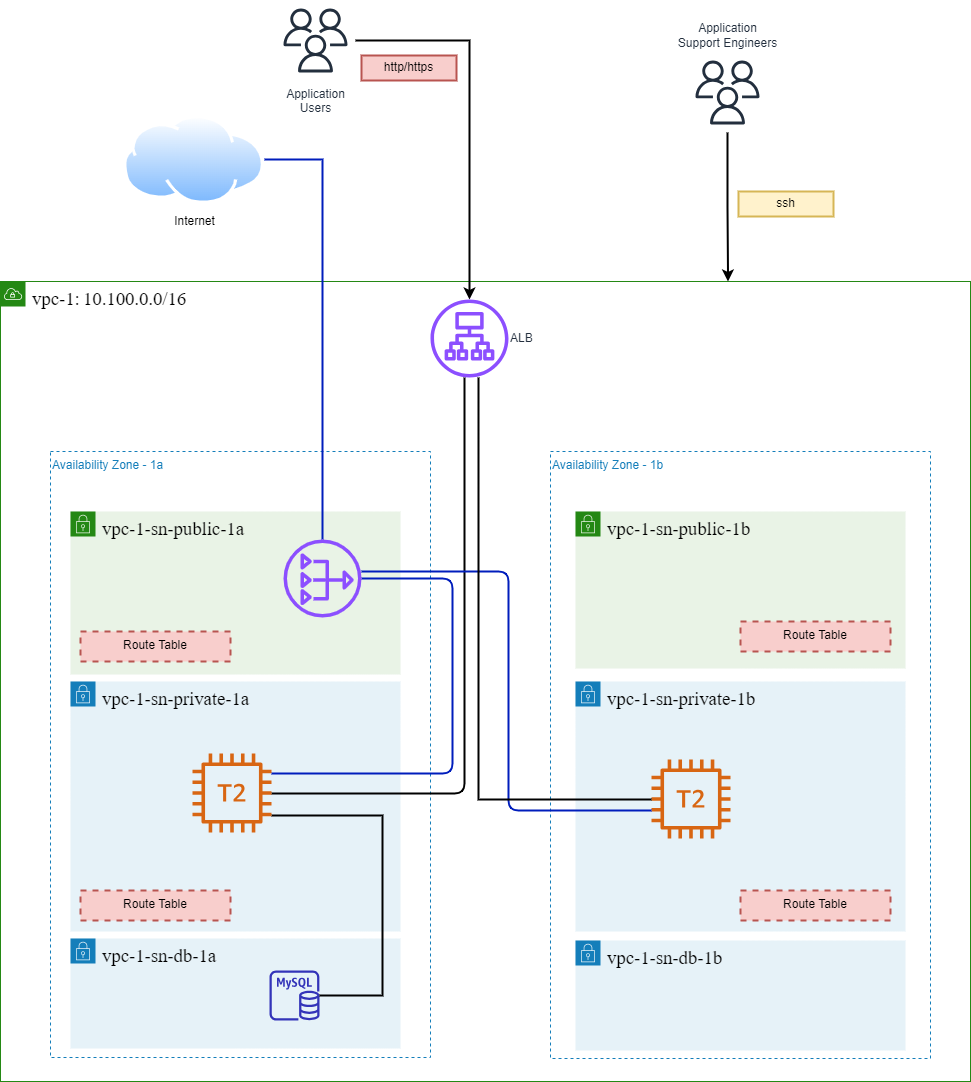
Earlier version of the draw.io export images/aws-lab-solution_part_1.png (lalindrait/implementing-solutions-aws). Source tidied: cells renumbered, new cells last; positions are measured from the earlier drawing's top-left corner, leaving out a move shared by most shapes.
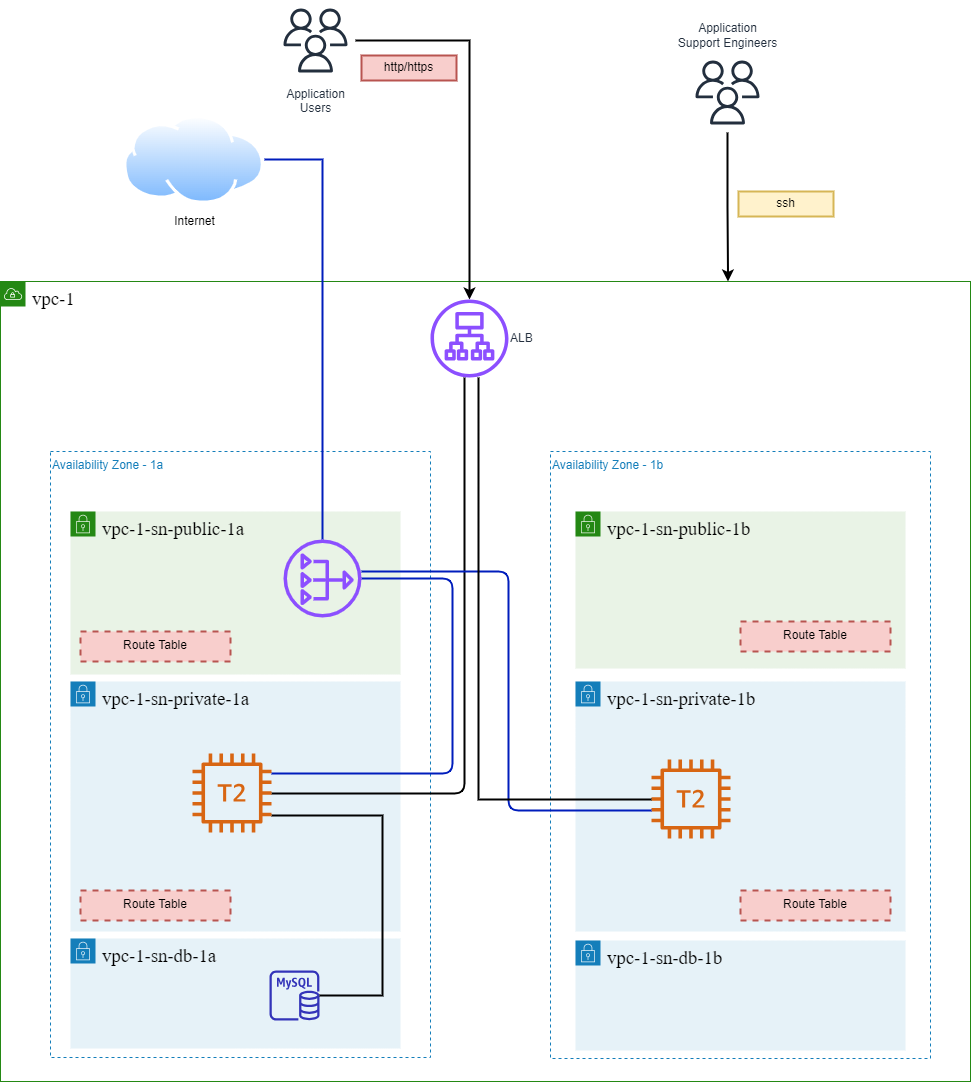
The same diagram one commit later.

Commit message:
remove vpc CIDR from image

Change to the diagram source:
```diff
@@ -2,7 +2,7 @@
   <root>
     <mxCell id="0" />
     <mxCell id="1" parent="0" />
-    <mxCell id="2" value="&lt;span style=&quot;font-size: 14.0pt ; font-family: &amp;quot;amazon ember&amp;quot; ; color: black&quot;&gt;vpc-1:&lt;/span&gt;&amp;nbsp;&lt;span style=&quot;font-size: 14.0pt ; font-family: &amp;quot;amazon ember&amp;quot; ; color: black&quot;&gt;10.100.0.0/16&lt;/span&gt;" style="points=[[0,0],[0.25,0],[0.5,0],[0.75,0],[1,0],[1,0.25],[1,0.5],[1,0.75],[1,1],[0.75,1],[0.5,1],[0.25,1],[0,1],[0,0.75],[0,0.5],[0,0.25]];outlineConnect=0;gradientColor=none;html=1;whiteSpace=wrap;fontSize=12;fontStyle=0;shape=mxgraph.aws4.group;grIcon=mxgraph.aws4.group_vpc;strokeColor=#248814;fillColor=none;verticalAlign=top;align=left;spacingLeft=30;fontColor=#AAB7B8;dashed=0;" parent="1" vertex="1">
+    <mxCell id="2" value="&lt;span style=&quot;font-size: 14.0pt ; font-family: &amp;quot;amazon ember&amp;quot; ; color: black&quot;&gt;vpc-1&lt;/span&gt;" style="points=[[0,0],[0.25,0],[0.5,0],[0.75,0],[1,0],[1,0.25],[1,0.5],[1,0.75],[1,1],[0.75,1],[0.5,1],[0.25,1],[0,1],[0,0.75],[0,0.5],[0,0.25]];outlineConnect=0;gradientColor=none;html=1;whiteSpace=wrap;fontSize=12;fontStyle=0;shape=mxgraph.aws4.group;grIcon=mxgraph.aws4.group_vpc;strokeColor=#248814;fillColor=none;verticalAlign=top;align=left;spacingLeft=30;fontColor=#AAB7B8;dashed=0;" parent="1" vertex="1">
       <mxGeometry y="281" width="970" height="800" as="geometry" />
     </mxCell>
     <mxCell id="3" value="Availability Zone - 1a" style="fillColor=none;strokeColor=#147EBA;dashed=1;verticalAlign=top;fontStyle=0;fontColor=#147EBA;align=left;" parent="1" vertex="1">
```
